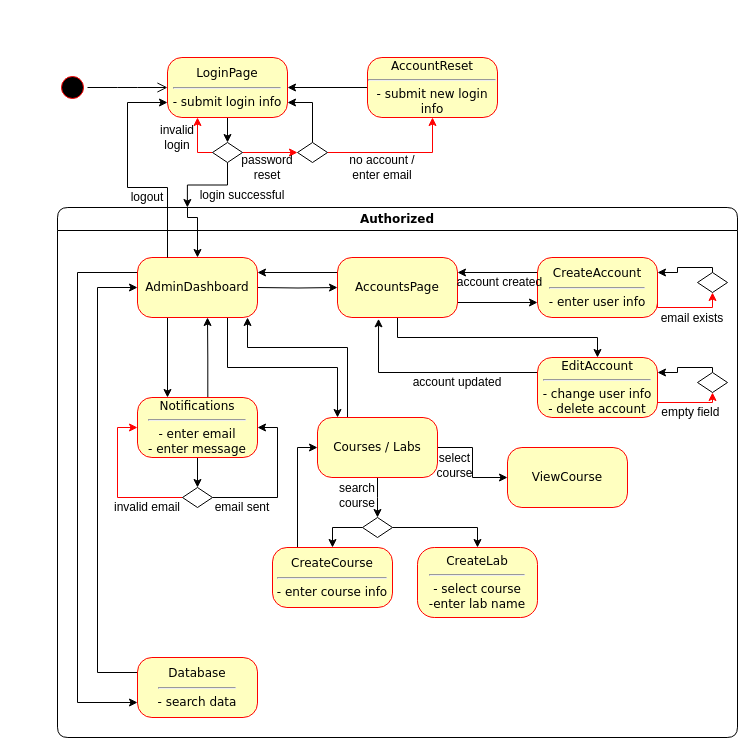
Before: stateMachineUML.drawio in Hossai25/801-1-Sprint-Group, a draw.io diagram. Source tidied: cells renumbered, new cells numbered last; positions are measured from the earlier drawing's top-left corner, leaving out a move shared by most shapes. Both pictures are drawn from the tidied source at 100%, with x=0, y=0 at pixel (57, 57).
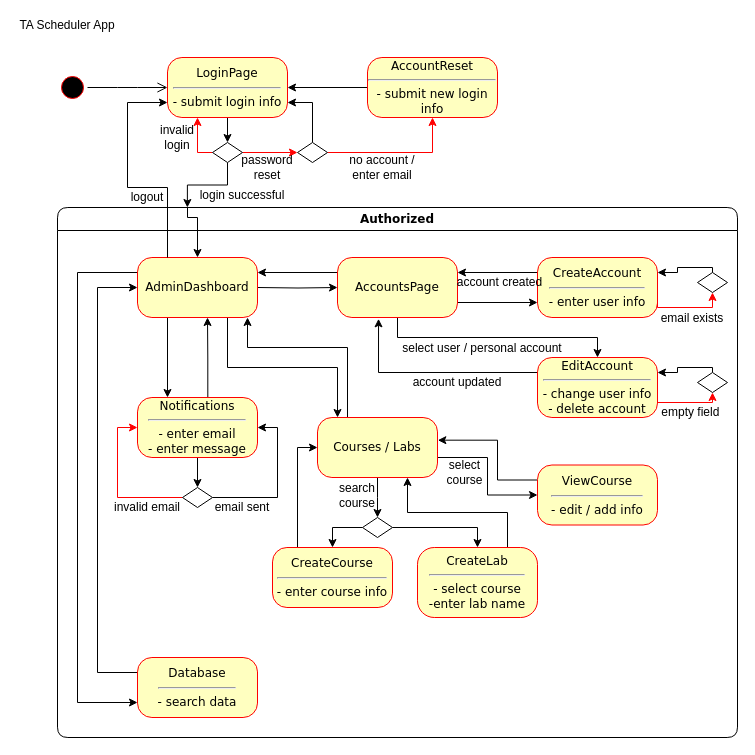
Above is the later version.

The change refers to these unchanged cells:
```xml
<mxCell id="3" value="Authorized" style="swimlane;whiteSpace=wrap;html=1;rounded=1;shadow=0;comic=0;labelBackgroundColor=none;strokeWidth=1;fontFamily=Verdana;fontSize=12;align=center;startSize=23;" parent="1" vertex="1">
  <mxGeometry y="150" width="680" height="530" as="geometry" />
</mxCell>
<mxCell id="19" value="Courses / Labs" style="rounded=1;whiteSpace=wrap;html=1;arcSize=24;fillColor=#ffffc0;strokeColor=#ff0000;shadow=0;comic=0;labelBackgroundColor=none;fontFamily=Verdana;fontSize=12;fontColor=#000000;align=center;" parent="3" vertex="1">
  <mxGeometry x="260" y="210" width="120" height="60" as="geometry" />
</mxCell>
<mxCell id="41" value="CreateLab&lt;hr&gt;- select course&lt;br&gt;-enter lab name" style="rounded=1;whiteSpace=wrap;html=1;arcSize=24;fillColor=#ffffc0;strokeColor=#ff0000;shadow=0;comic=0;labelBackgroundColor=none;fontFamily=Verdana;fontSize=12;fontColor=#000000;align=center;" parent="3" vertex="1">
  <mxGeometry x="360" y="340" width="120" height="70" as="geometry" />
</mxCell>
```

Diff of the diagram source:
```diff
@@
     <mxCell id="18" style="edgeStyle=orthogonalEdgeStyle;rounded=0;jettySize=auto;html=1;exitX=1;exitY=0.5;exitDx=0;exitDy=0;entryX=0;entryY=0.5;entryDx=0;entryDy=0;" parent="3" edge="1" source="19" target="48">
-      <mxGeometry relative="1" as="geometry" />
+      <mxGeometry relative="1" as="geometry">
+        <Array as="points">
+          <mxPoint x="380" y="250" />
+          <mxPoint x="430" y="250" />
+          <mxPoint x="430" y="288" />
+        </Array>
+      </mxGeometry>
     </mxCell>
@@
+    <mxCell id="69" style="edgeStyle=orthogonalEdgeStyle;rounded=0;jettySize=auto;html=1;exitX=0.75;exitY=0;exitDx=0;exitDy=0;entryX=0.75;entryY=1;entryDx=0;entryDy=0;" parent="3" edge="1" source="41" target="19">
+      <mxGeometry relative="1" as="geometry" />
+    </mxCell>
@@
+    <mxCell id="70" style="edgeStyle=orthogonalEdgeStyle;rounded=0;jettySize=auto;html=1;exitX=0;exitY=0.25;exitDx=0;exitDy=0;entryX=1.003;entryY=0.378;entryDx=0;entryDy=0;entryPerimeter=0;" parent="3" edge="1" source="48" target="19">
+      <mxGeometry relative="1" as="geometry">
+        <Array as="points">
+          <mxPoint x="440" y="273" />
+          <mxPoint x="440" y="233" />
+        </Array>
+      </mxGeometry>
+    </mxCell>
-    <mxCell id="48" value="ViewCourse" style="rounded=1;whiteSpace=wrap;html=1;arcSize=24;fillColor=#ffffc0;strokeColor=#ff0000;shadow=0;comic=0;labelBackgroundColor=none;fontFamily=Verdana;fontSize=12;fontColor=#000000;align=center;" parent="3" vertex="1">
-      <mxGeometry x="450" y="240" width="120" height="60" as="geometry" />
+    <mxCell id="48" value="ViewCourse&lt;hr&gt;- edit / add info" style="rounded=1;whiteSpace=wrap;html=1;arcSize=24;fillColor=#ffffc0;strokeColor=#ff0000;shadow=0;comic=0;labelBackgroundColor=none;fontFamily=Verdana;fontSize=12;fontColor=#000000;align=center;" parent="3" vertex="1">
+      <mxGeometry x="480" y="257.5" width="120" height="60" as="geometry" />
     </mxCell>
     <mxCell id="49" value="select course" style="text;strokeColor=none;align=center;fillColor=none;html=1;verticalAlign=middle;whiteSpace=wrap;rounded=0;" parent="3" vertex="1">
-      <mxGeometry x="380" y="250" width="35" height="15" as="geometry" />
+      <mxGeometry x="390" y="257.5" width="35" height="15" as="geometry" />
     </mxCell>
+    <mxCell id="71" value="select user / personal account" style="text;strokeColor=none;align=center;fillColor=none;html=1;verticalAlign=middle;whiteSpace=wrap;rounded=0;" parent="3" vertex="1">
+      <mxGeometry x="340" y="140" width="170" as="geometry" />
+    </mxCell>
@@
+    <mxCell id="72" value="TA Scheduler App" style="text;strokeColor=none;align=center;fillColor=none;html=1;verticalAlign=middle;whiteSpace=wrap;rounded=0;" parent="1" vertex="1">
+      <mxGeometry x="-40" y="-40" width="100" height="15" as="geometry" />
+    </mxCell>
```
